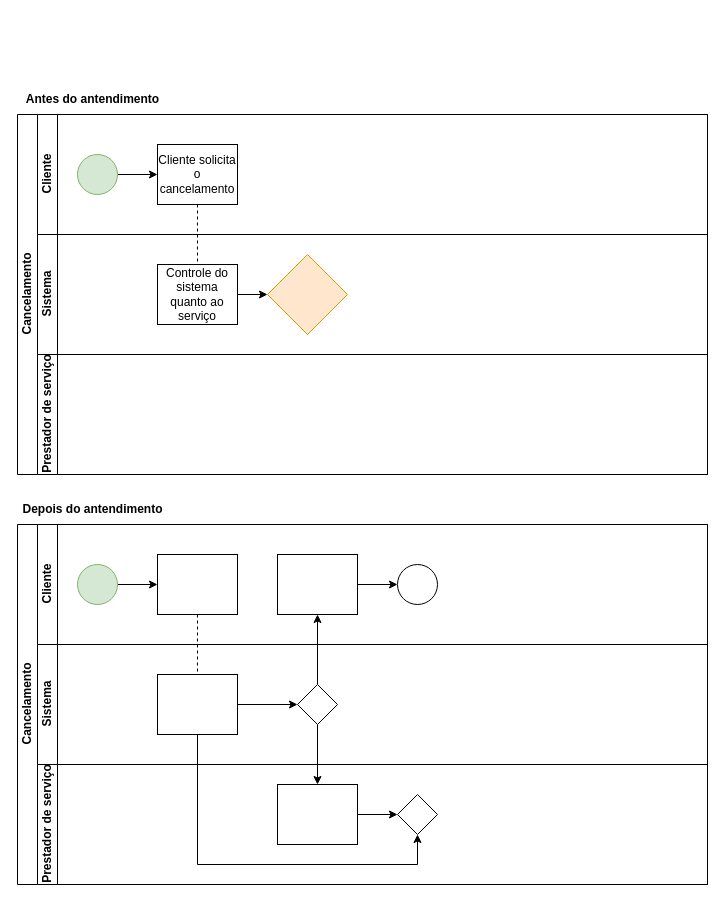
The draw.io diagram Cancelamento.drawio in wholocked1/projeto_eng_software_041, before the edit. Source tidied: cells renumbered, new cells numbered last; positions are measured from the earlier drawing's top-left corner, leaving out a move shared by most shapes. Both pictures are drawn from the tidied source at 100%, with x=0, y=0 at pixel (17, 84).
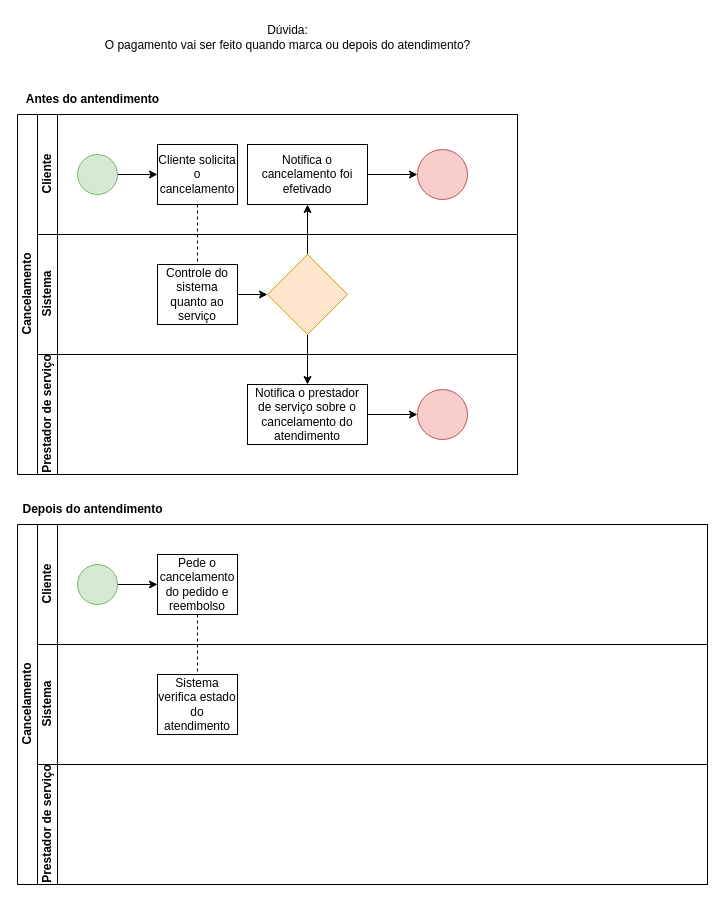
Above is the later version.

Commit message:
atualização do cancelamento

Unchanged cells that the change refers to:
```xml
<mxCell id="11" value="Cancelamento" style="swimlane;html=1;horizontal=0;startSize=20;" parent="1" vertex="1">
  <mxGeometry y="440" width="690" height="360" as="geometry" />
</mxCell>
<mxCell id="16" value="Cliente" style="swimlane;html=1;startSize=20;horizontal=0;" parent="11" vertex="1">
  <mxGeometry x="20" width="670" height="120" as="geometry" />
</mxCell>
<mxCell id="23" value="Sistema" style="swimlane;html=1;startSize=20;horizontal=0;" parent="11" vertex="1">
  <mxGeometry x="20" y="120" width="670" height="120" as="geometry" />
</mxCell>
<mxCell id="27" value="Prestador de serviço" style="swimlane;html=1;startSize=20;horizontal=0;" parent="11" vertex="1">
  <mxGeometry x="20" y="240" width="670" height="120" as="geometry" />
</mxCell>
<mxCell id="33" style="rhombus;whiteSpace=wrap;html=1;fillColor=#ffe6cc;strokeColor=#d79b00;" parent="1" vertex="1">
  <mxGeometry x="250" y="170" width="80" height="80" as="geometry" />
</mxCell>
```

What changed in the source:
```diff
@@
     <mxCell id="2" value="Cancelamento" style="swimlane;html=1;horizontal=0;startSize=20;" parent="1" vertex="1">
-      <mxGeometry y="30" width="690" height="360" as="geometry" />
+      <mxGeometry y="30" width="500" height="360" as="geometry" />
     </mxCell>
@@
     <mxCell id="4" value="Cliente" style="swimlane;html=1;startSize=20;horizontal=0;" parent="2" vertex="1">
-      <mxGeometry x="20" width="670" height="120" as="geometry" />
+      <mxGeometry x="20" width="480" height="120" as="geometry" />
     </mxCell>
@@
+    <mxCell id="35" value="Notifica o cancelamento foi efetivado" style="rounded=0;whiteSpace=wrap;html=1;" parent="4" vertex="1">
+      <mxGeometry x="210" y="30" width="120" height="60" as="geometry" />
+    </mxCell>
+    <mxCell id="36" style="ellipse;whiteSpace=wrap;html=1;fillColor=#f8cecc;strokeColor=#b85450;" parent="4" vertex="1">
+      <mxGeometry x="380" y="35" width="50" height="50" as="geometry" />
+    </mxCell>
+    <mxCell id="37" style="edgeStyle=orthogonalEdgeStyle;rounded=0;jettySize=auto;html=1;exitX=1;exitY=0.5;exitDx=0;exitDy=0;" parent="4" edge="1" source="35" target="36">
+      <mxGeometry relative="1" as="geometry" />
+    </mxCell>
     <mxCell id="8" value="Sistema" style="swimlane;html=1;startSize=20;horizontal=0;" parent="2" vertex="1">
-      <mxGeometry x="20" y="120" width="670" height="120" as="geometry" />
+      <mxGeometry x="20" y="120" width="480" height="120" as="geometry" />
     </mxCell>
@@
     <mxCell id="10" value="Prestador de serviço" style="swimlane;html=1;startSize=20;horizontal=0;" parent="2" vertex="1">
-      <mxGeometry x="20" y="240" width="670" height="120" as="geometry" />
+      <mxGeometry x="20" y="240" width="480" height="120" as="geometry" />
     </mxCell>
+    <mxCell id="38" style="edgeStyle=orthogonalEdgeStyle;rounded=0;jettySize=auto;html=1;exitX=1;exitY=0.5;exitDx=0;exitDy=0;entryX=0;entryY=0.5;entryDx=0;entryDy=0;" parent="10" edge="1" source="39" target="40">
+      <mxGeometry relative="1" as="geometry" />
+    </mxCell>
+    <mxCell id="39" value="Notifica o prestador de serviço sobre o cancelamento do atendimento" style="rounded=0;whiteSpace=wrap;html=1;" parent="10" vertex="1">
+      <mxGeometry x="210" y="30" width="120" height="60" as="geometry" />
+    </mxCell>
+    <mxCell id="40" style="ellipse;whiteSpace=wrap;html=1;fillColor=#f8cecc;strokeColor=#b85450;" parent="10" vertex="1">
+      <mxGeometry x="380" y="35" width="50" height="50" as="geometry" />
+    </mxCell>
@@
-    <mxCell id="13" style="edgeStyle=orthogonalEdgeStyle;rounded=0;jettySize=auto;html=1;endArrow=classic;endFill=1;" parent="11" edge="1" source="26" target="21">
-      <mxGeometry relative="1" as="geometry" />
-    </mxCell>
-    <mxCell id="14" style="edgeStyle=orthogonalEdgeStyle;rounded=0;jettySize=auto;html=1;endArrow=classic;endFill=1;" parent="11" edge="1" source="26" target="29">
-      <mxGeometry relative="1" as="geometry" />
-    </mxCell>
-    <mxCell id="15" style="edgeStyle=orthogonalEdgeStyle;rounded=0;jettySize=auto;html=1;endArrow=classic;endFill=1;" parent="11" edge="1" source="25" target="30">
-      <mxGeometry relative="1" as="geometry">
-        <Array as="points">
-          <mxPoint x="180" y="340" />
-          <mxPoint x="400" y="340" />
-        </Array>
-      </mxGeometry>
-    </mxCell>
@@
-    <mxCell id="19" style="rounded=0;whiteSpace=wrap;html=1;fontFamily=Helvetica;fontSize=12;fontColor=#000000;align=center;" parent="16" vertex="1">
+    <mxCell id="19" value="Pede o cancelamento do pedido e reembolso" style="rounded=0;whiteSpace=wrap;html=1;fontFamily=Helvetica;fontSize=12;fontColor=#000000;align=center;" parent="16" vertex="1">
       <mxGeometry x="120" y="30" width="80" height="60" as="geometry" />
     </mxCell>
-    <mxCell id="20" style="edgeStyle=orthogonalEdgeStyle;rounded=0;jettySize=auto;html=1;endArrow=classic;endFill=1;" parent="16" edge="1" source="21" target="22">
-      <mxGeometry relative="1" as="geometry" />
-    </mxCell>
-    <mxCell id="21" style="rounded=0;whiteSpace=wrap;html=1;fontFamily=Helvetica;fontSize=12;fontColor=#000000;align=center;" parent="16" vertex="1">
-      <mxGeometry x="240" y="30" width="80" height="60" as="geometry" />
-    </mxCell>
-    <mxCell id="22" style="ellipse;whiteSpace=wrap;html=1;" parent="16" vertex="1">
-      <mxGeometry x="360" y="40" width="40" height="40" as="geometry" />
-    </mxCell>
@@
-    <mxCell id="24" style="edgeStyle=orthogonalEdgeStyle;rounded=0;jettySize=auto;html=1;endArrow=classic;endFill=1;" parent="23" edge="1" source="25" target="26">
-      <mxGeometry relative="1" as="geometry" />
-    </mxCell>
-    <mxCell id="25" style="rounded=0;whiteSpace=wrap;html=1;fontFamily=Helvetica;fontSize=12;fontColor=#000000;align=center;" parent="23" vertex="1">
+    <mxCell id="25" value="Sistema verifica estado do atendimento" style="rounded=0;whiteSpace=wrap;html=1;fontFamily=Helvetica;fontSize=12;fontColor=#000000;align=center;" parent="23" vertex="1">
       <mxGeometry x="120" y="30" width="80" height="60" as="geometry" />
     </mxCell>
-    <mxCell id="26" style="rhombus;whiteSpace=wrap;html=1;fontFamily=Helvetica;fontSize=12;fontColor=#000000;align=center;" parent="23" vertex="1">
-      <mxGeometry x="260" y="40" width="40" height="40" as="geometry" />
-    </mxCell>
@@
-    <mxCell id="28" style="edgeStyle=orthogonalEdgeStyle;rounded=0;jettySize=auto;html=1;endArrow=classic;endFill=1;" parent="27" edge="1" source="29" target="30">
-      <mxGeometry relative="1" as="geometry" />
-    </mxCell>
-    <mxCell id="29" style="rounded=0;whiteSpace=wrap;html=1;fontFamily=Helvetica;fontSize=12;fontColor=#000000;align=center;" parent="27" vertex="1">
-      <mxGeometry x="240" y="20" width="80" height="60" as="geometry" />
-    </mxCell>
-    <mxCell id="30" style="rhombus;whiteSpace=wrap;html=1;fontFamily=Helvetica;fontSize=12;fontColor=#000000;align=center;" parent="27" vertex="1">
-      <mxGeometry x="360" y="30" width="40" height="40" as="geometry" />
-    </mxCell>
@@
+    <mxCell id="41" style="edgeStyle=orthogonalEdgeStyle;rounded=0;jettySize=auto;html=1;exitX=0.5;exitY=0;exitDx=0;exitDy=0;" parent="1" edge="1" source="33" target="35">
+      <mxGeometry relative="1" as="geometry" />
+    </mxCell>
+    <mxCell id="42" style="edgeStyle=orthogonalEdgeStyle;rounded=0;jettySize=auto;html=1;exitX=0.5;exitY=1;exitDx=0;exitDy=0;" parent="1" edge="1" source="33" target="39">
+      <mxGeometry relative="1" as="geometry" />
+    </mxCell>
@@
+    <mxCell id="43" value="Dúvida:&lt;div&gt;O pagamento vai ser feito quando marca ou depois do atendimento?&lt;/div&gt;" style="text;html=1;align=center;verticalAlign=middle;strokeColor=none;fillColor=none;" parent="1" vertex="1">
+      <mxGeometry x="75" y="-67" width="390" height="40" as="geometry" />
+    </mxCell>
```
